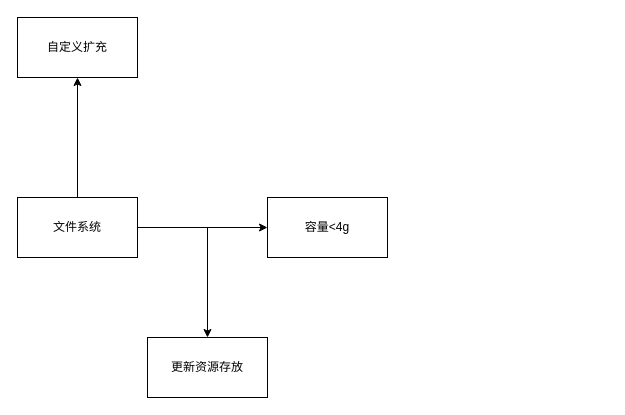
Before: 文件系统.drawio in xzp3094997376/DrawIO, a draw.io diagram. Source tidied: cells renumbered, new cells numbered last; positions are measured from the earlier drawing's top-left corner, leaving out a move shared by most shapes. Both pictures are drawn from the tidied source at 100%, with x=0, y=0 at pixel (17, 17).
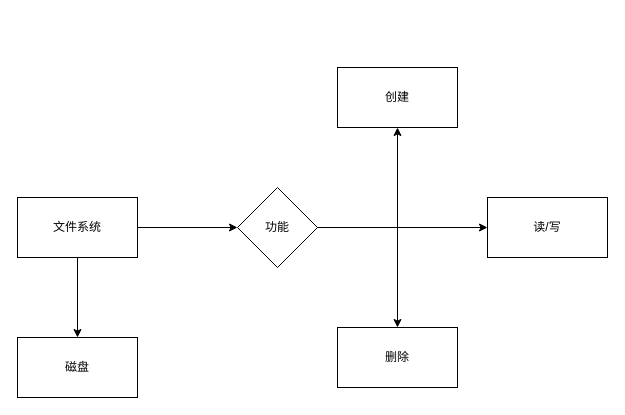
Above is the later version.

Diff of the diagram source:
```diff
@@
 <mxGraphModel>
   <root>
     <mxCell id="0" />
     <mxCell id="1" parent="0" />
-    <mxCell id="2" style="edgeStyle=orthogonalEdgeStyle;rounded=0;jettySize=auto;html=1;" parent="1" edge="1" source="5" target="6">
-      <mxGeometry relative="1" as="geometry" />
-    </mxCell>
-    <mxCell id="3" style="edgeStyle=orthogonalEdgeStyle;rounded=0;jettySize=auto;html=1;" parent="1" edge="1" source="5" target="7">
-      <mxGeometry relative="1" as="geometry" />
-    </mxCell>
-    <mxCell id="4" style="edgeStyle=orthogonalEdgeStyle;rounded=0;jettySize=auto;html=1;" parent="1" edge="1" source="5" target="8">
-      <mxGeometry relative="1" as="geometry" />
-    </mxCell>
+    <mxCell id="9" style="edgeStyle=orthogonalEdgeStyle;rounded=0;jettySize=auto;html=1;" parent="1" edge="1" source="5" target="11">
+      <mxGeometry relative="1" as="geometry" />
+    </mxCell>
+    <mxCell id="10" style="edgeStyle=orthogonalEdgeStyle;rounded=0;jettySize=auto;html=1;" parent="1" edge="1" source="5" target="15">
+      <mxGeometry relative="1" as="geometry" />
+    </mxCell>
     <mxCell id="5" value="文件系统" style="whiteSpace=wrap;html=1;" parent="1" vertex="1">
       <mxGeometry y="180" width="120" height="60" as="geometry" />
     </mxCell>
-    <mxCell id="6" value="容量&amp;lt;4g" style="whiteSpace=wrap;html=1;" parent="1" vertex="1">
-      <mxGeometry x="250" y="180" width="120" height="60" as="geometry" />
-    </mxCell>
-    <mxCell id="7" value="自定义扩充" style="whiteSpace=wrap;html=1;" parent="1" vertex="1">
-      <mxGeometry width="120" height="60" as="geometry" />
-    </mxCell>
-    <mxCell id="8" value="更新资源存放" style="whiteSpace=wrap;html=1;" parent="1" vertex="1">
-      <mxGeometry x="130" y="320" width="120" height="60" as="geometry" />
-    </mxCell>
+    <mxCell id="11" value="磁盘" style="whiteSpace=wrap;html=1;" parent="1" vertex="1">
+      <mxGeometry y="320" width="120" height="60" as="geometry" />
+    </mxCell>
+    <mxCell id="12" style="edgeStyle=orthogonalEdgeStyle;rounded=0;jettySize=auto;html=1;" parent="1" edge="1" source="15" target="16">
+      <mxGeometry relative="1" as="geometry" />
+    </mxCell>
+    <mxCell id="13" style="edgeStyle=orthogonalEdgeStyle;rounded=0;jettySize=auto;html=1;" parent="1" edge="1" source="15" target="17">
+      <mxGeometry relative="1" as="geometry" />
+    </mxCell>
+    <mxCell id="14" style="edgeStyle=orthogonalEdgeStyle;rounded=0;jettySize=auto;html=1;" parent="1" edge="1" source="15" target="18">
+      <mxGeometry relative="1" as="geometry" />
+    </mxCell>
+    <mxCell id="15" value="功能" style="rhombus;whiteSpace=wrap;html=1;" parent="1" vertex="1">
+      <mxGeometry x="220" y="170" width="80" height="80" as="geometry" />
+    </mxCell>
+    <mxCell id="16" value="创建" style="whiteSpace=wrap;html=1;" parent="1" vertex="1">
+      <mxGeometry x="320" y="50" width="120" height="60" as="geometry" />
+    </mxCell>
+    <mxCell id="17" value="读/写" style="whiteSpace=wrap;html=1;" parent="1" vertex="1">
+      <mxGeometry x="470" y="180" width="120" height="60" as="geometry" />
+    </mxCell>
+    <mxCell id="18" value="删除" style="whiteSpace=wrap;html=1;" parent="1" vertex="1">
+      <mxGeometry x="320" y="310" width="120" height="60" as="geometry" />
+    </mxCell>
   </root>
 </mxGraphModel>
```
